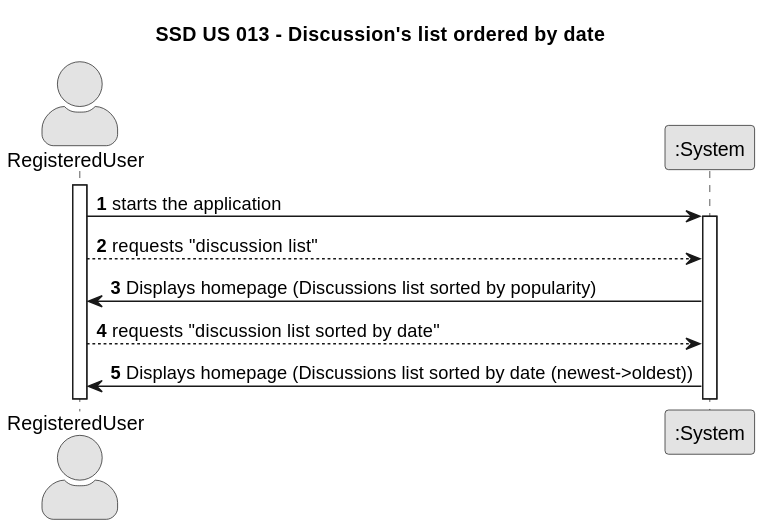
The PlantUML diagram docs/sprint01/us013/01.requirements-engineering/svg/us013-system-sequence-diagram-alternative-one.svg in TiagoMagalhaes1232507/Testando-projeto, before a commit. Its diagram source:
```plantuml
@startuml
skinparam monochrome true
skinparam packageStyle rectangle
skinparam shadowing false
skinparam actorStyle awesome

title SSD US 013 - Discussion's list ordered by date

autonumber

actor "RegisteredUser" as User
participant ":System" as System

activate User

  User -> System: starts the application
  activate System

    User --> System: requests "discussion list"
  System -> User: Displays homepage (Discussions list sorted by popularity)

  User --> System: requests "discussion list sorted by date"
  System -> User: Displays homepage (Discussions list sorted by date (newest->oldest))
@enduml
```
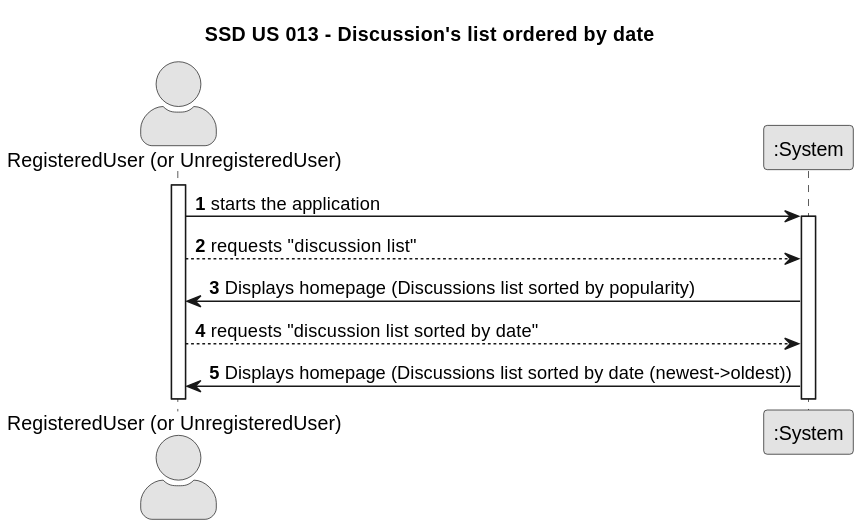
After the commit.

The edit, as a diff of the source:
```diff
@@ -8,7 +8,7 @@
 
 autonumber
 
-actor "RegisteredUser" as User
+actor "RegisteredUser (or UnregisteredUser)" as User
 participant ":System" as System
 
 activate User
```
